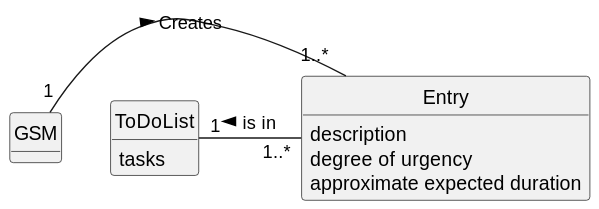
Above: docs/sprintC/us021/02.analysis/svg/us021-domain-model.svg in ricardomm7/leaflink (PlantUML), before the change.
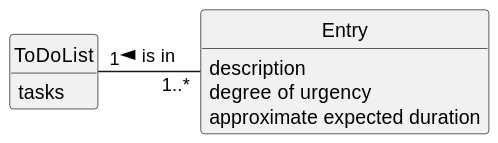
Above is the later version.

Diff of the diagram source:
```diff
@@ -10,9 +10,6 @@
 hide methods
 
 
-class GSM {
-}
-
 class Entry {
     description
     degree of urgency
@@ -23,6 +20,5 @@
     tasks
 }
 
-GSM "1" - "1..*" Entry : Creates >
 ToDoList "1" -"1..*" Entry: is in <
 @enduml
```
